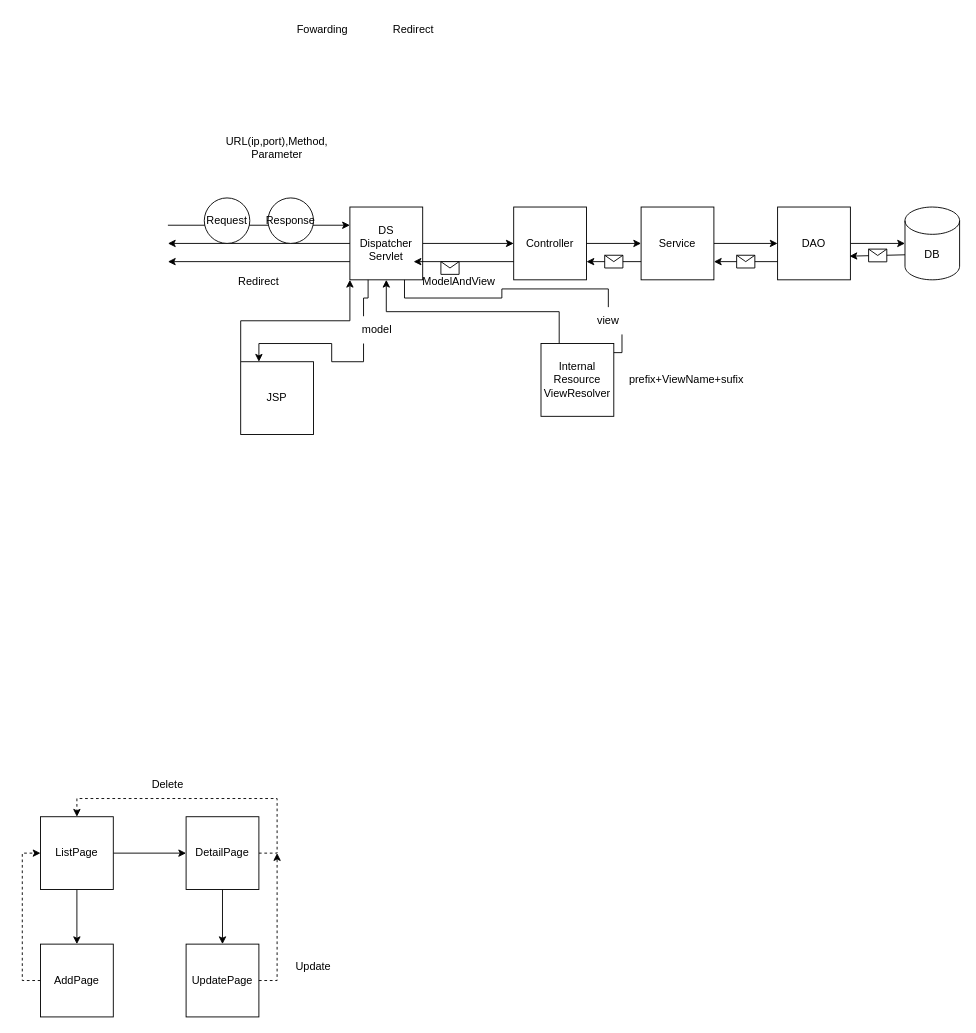
Before: page "페이지-1" (1 of 4) of ERD.drawio in tmdmini99/GDJ60_Spring, a draw.io diagram. Source tidied: cells renumbered, new cells numbered last; positions are measured from the earlier drawing's top-left corner, leaving out a move shared by most shapes. Both pictures are drawn from the tidied source at 91%, with x=0, y=0 at pixel (40, 15).
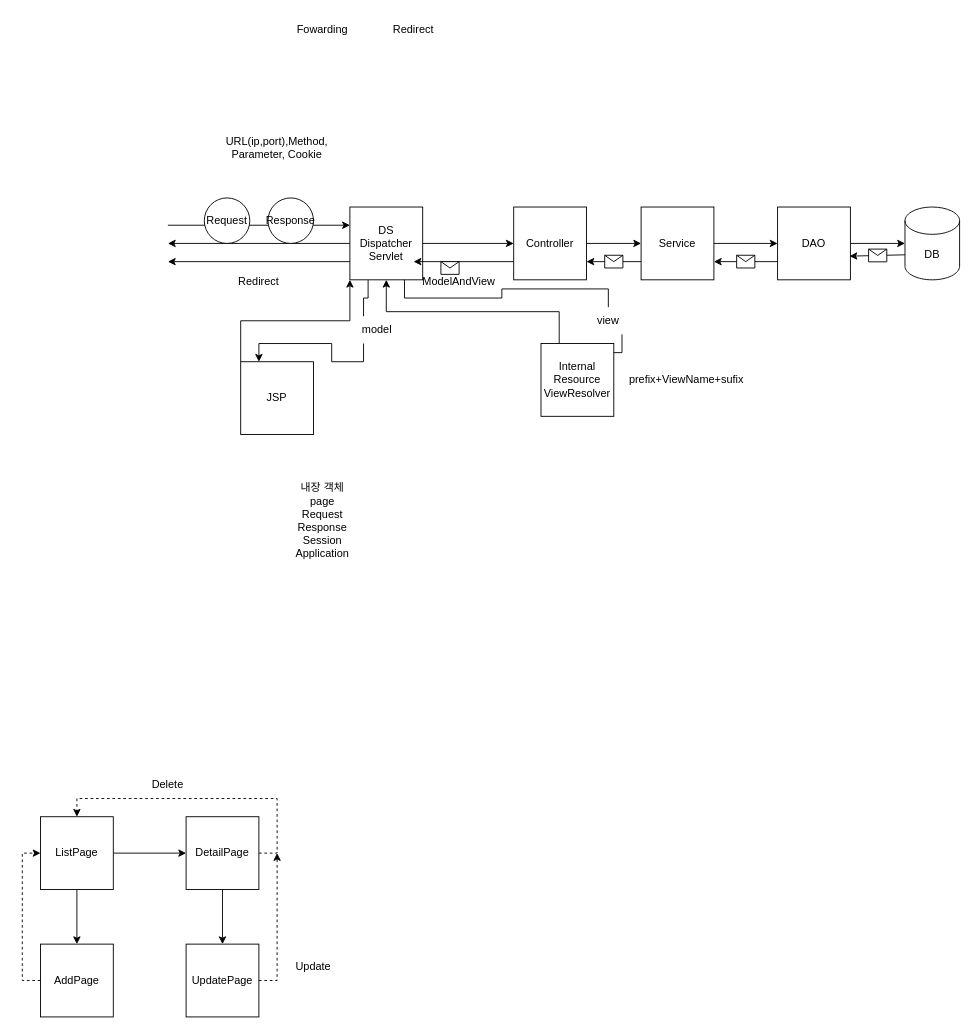
Above is the later version.

Change to the diagram source:
```diff
@@
-    <mxCell id="33" value="URL(ip,port),Method, Parameter" style="text;html=1;strokeColor=none;fillColor=none;align=center;verticalAlign=middle;whiteSpace=wrap;rounded=0;" parent="1" vertex="1">
+    <mxCell id="33" value="URL(ip,port),Method, Parameter, Cookie" style="text;html=1;strokeColor=none;fillColor=none;align=center;verticalAlign=middle;whiteSpace=wrap;rounded=0;" parent="1" vertex="1">
       <mxGeometry x="230" y="130" width="60" height="30" as="geometry" />
     </mxCell>
@@
+    <mxCell id="52" value="내장 객체&lt;br&gt;page&lt;br&gt;Request Response&lt;br&gt;Session&lt;br&gt;Application" style="text;html=1;strokeColor=none;fillColor=none;align=center;verticalAlign=middle;whiteSpace=wrap;rounded=0;" parent="1" vertex="1">
+      <mxGeometry x="280" y="540" width="60" height="30" as="geometry" />
+    </mxCell>
```
